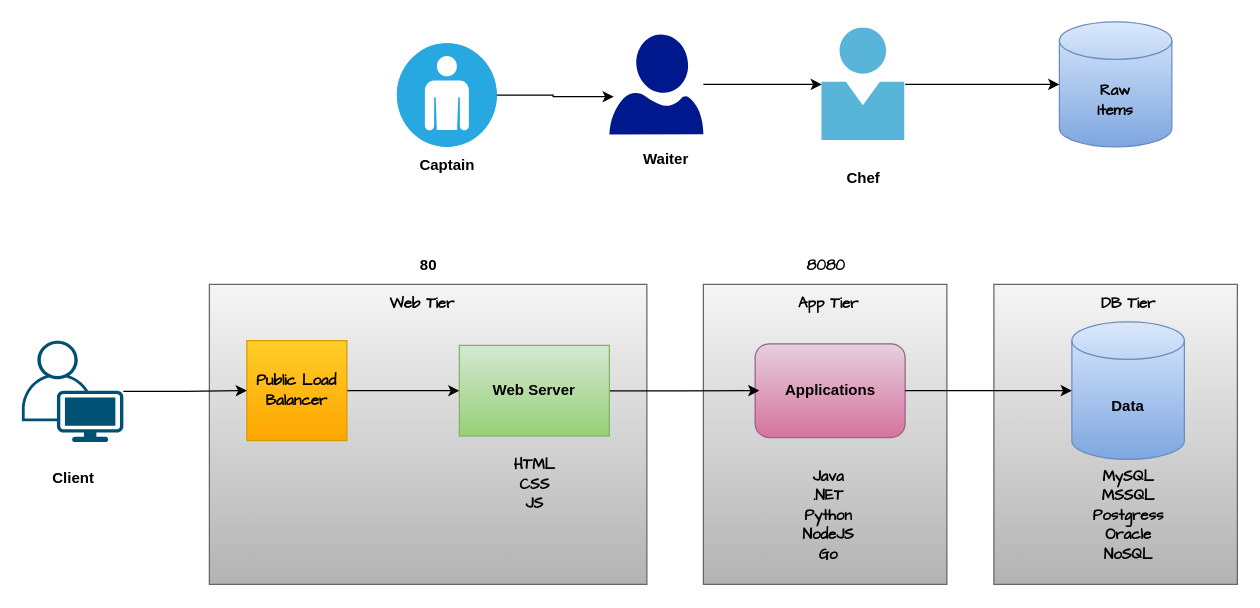
Earlier version of the draw.io diagram 3-tier.drawio (daws-84s/diagrams). Source tidied: cells renumbered, new cells numbered last; positions are measured from the earlier drawing's top-left corner, leaving out a move shared by most shapes. Both pictures are drawn from the tidied source at 125%, with x=0, y=0 at pixel (21, 21).
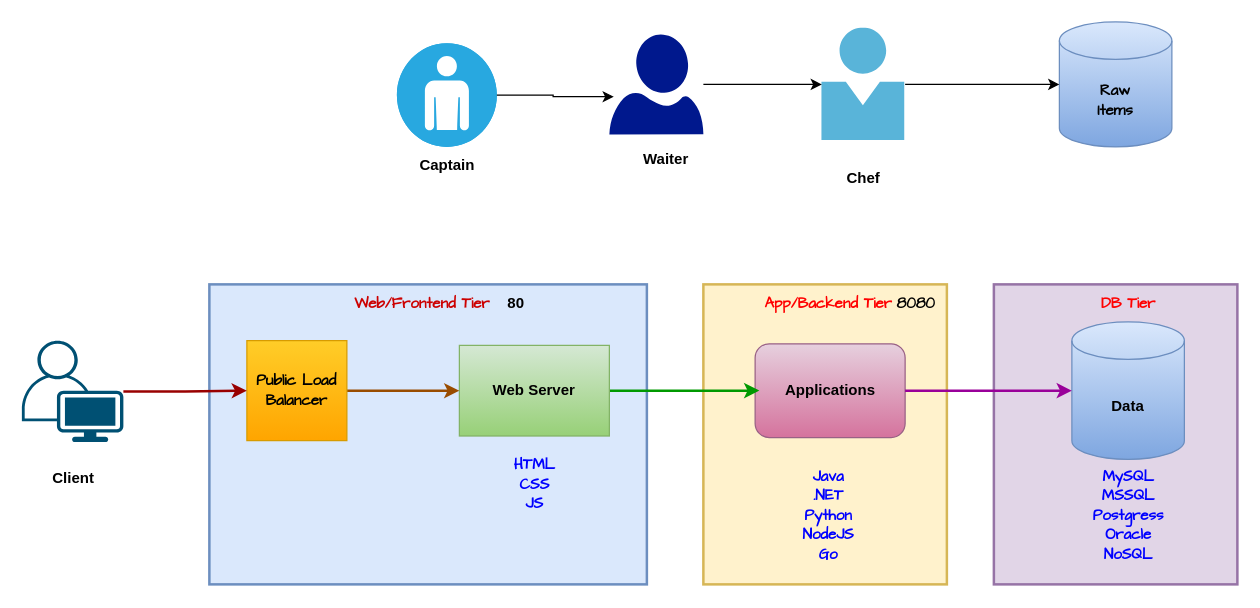
Above is the later version.

Unchanged cells that the change refers to:
```xml
<mxCell id="15" value="&lt;b&gt;Data&lt;/b&gt;" style="shape=cylinder3;whiteSpace=wrap;html=1;boundedLbl=1;backgroundOutline=1;size=15;fillColor=#dae8fc;gradientColor=#7ea6e0;strokeColor=#6c8ebf;" parent="1" vertex="1">
  <mxGeometry x="840" y="240" width="90" height="110" as="geometry" />
</mxCell>
<mxCell id="16" value="&lt;b&gt;Applications&lt;/b&gt;" style="rounded=1;whiteSpace=wrap;html=1;fillColor=#e6d0de;gradientColor=#d5739d;strokeColor=#996185;" parent="1" vertex="1">
  <mxGeometry x="586.6" y="257.5" width="120" height="75" as="geometry" />
</mxCell>
<mxCell id="19" value="&lt;b&gt;Web Server&lt;/b&gt;" style="rounded=0;whiteSpace=wrap;html=1;fillColor=#d5e8d4;gradientColor=#97d077;strokeColor=#82b366;" parent="1" vertex="1">
  <mxGeometry x="350" y="258.8" width="120" height="72.5" as="geometry" />
</mxCell>
<mxCell id="24" value="&lt;b&gt;&lt;font face=&quot;Comic Sans MS&quot;&gt;Public Load&lt;br&gt;Balancer&lt;/font&gt;&lt;/b&gt;" style="whiteSpace=wrap;html=1;fillColor=#ffcd28;gradientColor=#ffa500;strokeColor=#d79b00;" parent="1" vertex="1">
  <mxGeometry x="180" y="255" width="80" height="80" as="geometry" />
</mxCell>
<mxCell id="26" style="points=[[0.35,0,0],[0.98,0.51,0],[1,0.71,0],[0.67,1,0],[0,0.795,0],[0,0.65,0]];verticalLabelPosition=bottom;sketch=0;html=1;verticalAlign=top;align=center;shape=mxgraph.cisco19.user;fillColor=#005073;strokeColor=none;" parent="1" vertex="1">
  <mxGeometry y="255" width="81.2" height="81.2" as="geometry" />
</mxCell>
```

What changed in the source:
```diff
@@
-    <mxCell id="2" style="rounded=0;whiteSpace=wrap;html=1;fillColor=#f5f5f5;gradientColor=#b3b3b3;strokeColor=#666666;" parent="1" vertex="1">
+    <mxCell id="2" style="rounded=0;whiteSpace=wrap;html=1;fillColor=#e1d5e7;strokeColor=#9673a6;strokeWidth=2;" parent="1" vertex="1">
       <mxGeometry x="777.6" y="210" width="194.8" height="240" as="geometry" />
     </mxCell>
-    <mxCell id="3" style="rounded=0;whiteSpace=wrap;html=1;fillColor=#f5f5f5;gradientColor=#b3b3b3;strokeColor=#666666;" parent="1" vertex="1">
+    <mxCell id="3" style="rounded=0;whiteSpace=wrap;html=1;fillColor=#fff2cc;strokeColor=#d6b656;strokeWidth=2;" parent="1" vertex="1">
       <mxGeometry x="545.2" y="210" width="194.8" height="240" as="geometry" />
     </mxCell>
-    <mxCell id="4" style="rounded=0;whiteSpace=wrap;html=1;fillColor=#f5f5f5;gradientColor=#b3b3b3;strokeColor=#666666;" parent="1" vertex="1">
+    <mxCell id="4" style="rounded=0;whiteSpace=wrap;html=1;fillColor=#dae8fc;strokeColor=#6c8ebf;strokeWidth=2;" parent="1" vertex="1">
       <mxGeometry x="150" y="210" width="350" height="240" as="geometry" />
     </mxCell>
@@
-    <mxCell id="17" style="edgeStyle=orthogonalEdgeStyle;rounded=0;jettySize=auto;html=1;entryX=0;entryY=0.5;entryDx=0;entryDy=0;entryPerimeter=0;flowAnimation=1;" parent="1" edge="1" source="16" target="15">
+    <mxCell id="17" style="edgeStyle=orthogonalEdgeStyle;rounded=0;jettySize=auto;html=1;entryX=0;entryY=0.5;entryDx=0;entryDy=0;entryPerimeter=0;flowAnimation=1;strokeWidth=2;strokeColor=#990099;" parent="1" edge="1" source="16" target="15">
       <mxGeometry relative="1" as="geometry" />
     </mxCell>
-    <mxCell id="18" style="edgeStyle=orthogonalEdgeStyle;rounded=0;jettySize=auto;html=1;entryX=0.028;entryY=0.5;entryDx=0;entryDy=0;entryPerimeter=0;flowAnimation=1;" parent="1" edge="1" source="19" target="16">
+    <mxCell id="18" style="edgeStyle=orthogonalEdgeStyle;rounded=0;jettySize=auto;html=1;entryX=0.028;entryY=0.5;entryDx=0;entryDy=0;entryPerimeter=0;flowAnimation=1;strokeWidth=2;strokeColor=#009900;" parent="1" edge="1" source="19" target="16">
       <mxGeometry relative="1" as="geometry" />
     </mxCell>
@@
-    <mxCell id="20" value="&lt;b&gt;&lt;font face=&quot;Comic Sans MS&quot;&gt;MySQL&lt;/font&gt;&lt;/b&gt;&lt;div&gt;&lt;b&gt;&lt;font face=&quot;Comic Sans MS&quot;&gt;MSSQL&lt;br&gt;Postgress&lt;/font&gt;&lt;/b&gt;&lt;/div&gt;&lt;div&gt;&lt;b&gt;&lt;font face=&quot;Comic Sans MS&quot;&gt;Oracle&lt;/font&gt;&lt;/b&gt;&lt;/div&gt;&lt;div&gt;&lt;b&gt;&lt;font face=&quot;Comic Sans MS&quot;&gt;NoSQL&lt;/font&gt;&lt;/b&gt;&lt;/div&gt;" style="text;html=1;align=center;verticalAlign=middle;strokeColor=none;fillColor=none;" parent="1" vertex="1">
+    <mxCell id="20" value="&lt;b&gt;&lt;font style=&quot;color: rgb(0, 0, 255);&quot; face=&quot;Comic Sans MS&quot;&gt;MySQL&lt;/font&gt;&lt;/b&gt;&lt;div&gt;&lt;b&gt;&lt;font style=&quot;color: rgb(0, 0, 255);&quot; face=&quot;Comic Sans MS&quot;&gt;MSSQL&lt;br&gt;Postgress&lt;/font&gt;&lt;/b&gt;&lt;/div&gt;&lt;div&gt;&lt;b&gt;&lt;font style=&quot;color: rgb(0, 0, 255);&quot; face=&quot;Comic Sans MS&quot;&gt;Oracle&lt;/font&gt;&lt;/b&gt;&lt;/div&gt;&lt;div&gt;&lt;b&gt;&lt;font style=&quot;color: rgb(0, 0, 255);&quot; face=&quot;Comic Sans MS&quot;&gt;NoSQL&lt;/font&gt;&lt;/b&gt;&lt;/div&gt;" style="text;html=1;align=center;verticalAlign=middle;strokeColor=none;fillColor=none;" parent="1" vertex="1">
       <mxGeometry x="845" y="350" width="80" height="90" as="geometry" />
     </mxCell>
-    <mxCell id="21" value="&lt;b&gt;&lt;font face=&quot;Comic Sans MS&quot;&gt;Java&lt;/font&gt;&lt;/b&gt;&lt;div&gt;&lt;b&gt;&lt;font face=&quot;Comic Sans MS&quot;&gt;.NET&lt;/font&gt;&lt;/b&gt;&lt;/div&gt;&lt;div&gt;&lt;b&gt;&lt;font face=&quot;Comic Sans MS&quot;&gt;Python&lt;/font&gt;&lt;/b&gt;&lt;/div&gt;&lt;div&gt;&lt;b&gt;&lt;font face=&quot;Comic Sans MS&quot;&gt;NodeJS&lt;/font&gt;&lt;/b&gt;&lt;/div&gt;&lt;div&gt;&lt;b&gt;&lt;font face=&quot;Comic Sans MS&quot;&gt;Go&lt;/font&gt;&lt;/b&gt;&lt;/div&gt;" style="text;html=1;align=center;verticalAlign=middle;strokeColor=none;fillColor=none;" parent="1" vertex="1">
+    <mxCell id="21" value="&lt;b&gt;&lt;font style=&quot;color: rgb(0, 0, 255);&quot; face=&quot;Comic Sans MS&quot;&gt;Java&lt;/font&gt;&lt;/b&gt;&lt;div&gt;&lt;b&gt;&lt;font style=&quot;color: rgb(0, 0, 255);&quot; face=&quot;Comic Sans MS&quot;&gt;.NET&lt;/font&gt;&lt;/b&gt;&lt;/div&gt;&lt;div&gt;&lt;b&gt;&lt;font style=&quot;color: rgb(0, 0, 255);&quot; face=&quot;Comic Sans MS&quot;&gt;Python&lt;/font&gt;&lt;/b&gt;&lt;/div&gt;&lt;div&gt;&lt;b&gt;&lt;font style=&quot;color: rgb(0, 0, 255);&quot; face=&quot;Comic Sans MS&quot;&gt;NodeJS&lt;/font&gt;&lt;/b&gt;&lt;/div&gt;&lt;div&gt;&lt;b&gt;&lt;font style=&quot;color: rgb(0, 0, 255);&quot; face=&quot;Comic Sans MS&quot;&gt;Go&lt;/font&gt;&lt;/b&gt;&lt;/div&gt;" style="text;html=1;align=center;verticalAlign=middle;strokeColor=none;fillColor=none;" parent="1" vertex="1">
       <mxGeometry x="610" y="350" width="70" height="90" as="geometry" />
     </mxCell>
-    <mxCell id="22" value="&lt;b&gt;&lt;font face=&quot;Comic Sans MS&quot;&gt;HTML&lt;/font&gt;&lt;/b&gt;&lt;div&gt;&lt;b&gt;&lt;font face=&quot;Comic Sans MS&quot;&gt;CSS&lt;/font&gt;&lt;/b&gt;&lt;/div&gt;&lt;div&gt;&lt;b&gt;&lt;font face=&quot;Comic Sans MS&quot;&gt;JS&lt;/font&gt;&lt;/b&gt;&lt;/div&gt;" style="text;html=1;align=center;verticalAlign=middle;strokeColor=none;fillColor=none;" parent="1" vertex="1">
+    <mxCell id="22" value="&lt;b&gt;&lt;font style=&quot;color: rgb(0, 0, 255);&quot; face=&quot;Comic Sans MS&quot;&gt;HTML&lt;/font&gt;&lt;/b&gt;&lt;div&gt;&lt;b&gt;&lt;font style=&quot;color: rgb(0, 0, 255);&quot; face=&quot;Comic Sans MS&quot;&gt;CSS&lt;/font&gt;&lt;/b&gt;&lt;/div&gt;&lt;div&gt;&lt;b&gt;&lt;font style=&quot;color: rgb(0, 0, 255);&quot; face=&quot;Comic Sans MS&quot;&gt;JS&lt;/font&gt;&lt;/b&gt;&lt;/div&gt;" style="text;html=1;align=center;verticalAlign=middle;strokeColor=none;fillColor=none;" parent="1" vertex="1">
       <mxGeometry x="380" y="340" width="60" height="60" as="geometry" />
     </mxCell>
-    <mxCell id="23" style="edgeStyle=orthogonalEdgeStyle;rounded=0;jettySize=auto;html=1;entryX=0;entryY=0.5;entryDx=0;entryDy=0;flowAnimation=1;" parent="1" edge="1" source="24" target="19">
+    <mxCell id="23" style="edgeStyle=orthogonalEdgeStyle;rounded=0;jettySize=auto;html=1;entryX=0;entryY=0.5;entryDx=0;entryDy=0;flowAnimation=1;strokeWidth=2;strokeColor=#994C00;" parent="1" edge="1" source="24" target="19">
       <mxGeometry relative="1" as="geometry" />
     </mxCell>
@@
-    <mxCell id="25" style="edgeStyle=orthogonalEdgeStyle;rounded=0;jettySize=auto;html=1;entryX=0;entryY=0.5;entryDx=0;entryDy=0;flowAnimation=1;" parent="1" edge="1" source="26" target="24">
+    <mxCell id="25" style="edgeStyle=orthogonalEdgeStyle;rounded=0;jettySize=auto;html=1;entryX=0;entryY=0.5;entryDx=0;entryDy=0;flowAnimation=1;strokeWidth=2;strokeColor=#990000;" parent="1" edge="1" source="26" target="24">
       <mxGeometry relative="1" as="geometry" />
     </mxCell>
@@
-    <mxCell id="28" value="&lt;b&gt;&lt;font face=&quot;Comic Sans MS&quot;&gt;Web Tier&lt;/font&gt;&lt;/b&gt;" style="text;html=1;align=center;verticalAlign=middle;strokeColor=none;fillColor=none;" parent="1" vertex="1">
-      <mxGeometry x="280" y="210" width="80" height="30" as="geometry" />
+    <mxCell id="28" value="&lt;b&gt;&lt;font style=&quot;color: rgb(204, 0, 0);&quot; face=&quot;Comic Sans MS&quot;&gt;Web/Frontend Tier&lt;/font&gt;&lt;/b&gt;" style="text;html=1;align=center;verticalAlign=middle;strokeColor=none;fillColor=none;" parent="1" vertex="1">
+      <mxGeometry x="250" y="210" width="140" height="30" as="geometry" />
     </mxCell>
-    <mxCell id="29" value="&lt;b&gt;&lt;font face=&quot;Comic Sans MS&quot;&gt;App Tier&lt;/font&gt;&lt;/b&gt;" style="text;html=1;align=center;verticalAlign=middle;strokeColor=none;fillColor=none;" parent="1" vertex="1">
-      <mxGeometry x="610" y="210" width="70" height="30" as="geometry" />
+    <mxCell id="29" value="&lt;b&gt;&lt;font style=&quot;color: rgb(255, 0, 0);&quot; face=&quot;Comic Sans MS&quot;&gt;App/Backend Tier&lt;/font&gt;&lt;/b&gt;" style="text;html=1;align=center;verticalAlign=middle;strokeColor=none;fillColor=none;" parent="1" vertex="1">
+      <mxGeometry x="580" y="210" width="130" height="30" as="geometry" />
     </mxCell>
-    <mxCell id="30" value="&lt;b&gt;&lt;font face=&quot;Comic Sans MS&quot;&gt;DB Tier&lt;/font&gt;&lt;/b&gt;" style="text;html=1;align=center;verticalAlign=middle;strokeColor=none;fillColor=none;" parent="1" vertex="1">
+    <mxCell id="30" value="&lt;b&gt;&lt;font style=&quot;color: rgb(255, 0, 0);&quot; face=&quot;Comic Sans MS&quot;&gt;DB Tier&lt;/font&gt;&lt;/b&gt;" style="text;html=1;align=center;verticalAlign=middle;strokeColor=none;fillColor=none;" parent="1" vertex="1">
       <mxGeometry x="850" y="210" width="70" height="30" as="geometry" />
     </mxCell>
     <mxCell id="31" value="&lt;b&gt;&lt;font face=&quot;Comic Sans MS&quot;&gt;8080&lt;/font&gt;&lt;/b&gt;" style="text;html=1;align=center;verticalAlign=middle;strokeColor=none;fillColor=none;" parent="1" vertex="1">
-      <mxGeometry x="617.6" y="180" width="50" height="30" as="geometry" />
+      <mxGeometry x="690" y="210" width="50" height="30" as="geometry" />
     </mxCell>
     <mxCell id="32" value="&lt;b&gt;80&lt;/b&gt;" style="text;html=1;align=center;verticalAlign=middle;strokeColor=none;fillColor=none;" parent="1" vertex="1">
-      <mxGeometry x="305" y="180" width="40" height="30" as="geometry" />
+      <mxGeometry x="375" y="210" width="40" height="30" as="geometry" />
     </mxCell>
```
